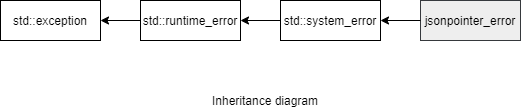
danielaparker/jsoncons keeps this draw.io diagram as doc/ref/jsonpointer/diagrams/jsonpointer_error.png. Above is the earlier version. Source tidied: cells renumbered, new cells last; positions are measured from the earlier drawing's top-left corner, leaving out a move shared by most shapes.
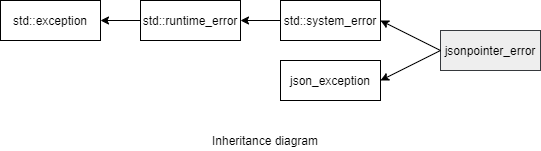
Later version of the same file.

Commit message:
Restored json_exception interface

Diff of the diagram source:
```diff
@@ -18,13 +18,21 @@
       <mxGeometry relative="1" as="geometry" />
     </mxCell>
     <mxCell id="7" value="jsonpointer_error" style="rounded=0;whiteSpace=wrap;html=1;fillColor=#eeeeee;strokeColor=#36393d;" parent="1" vertex="1">
-      <mxGeometry x="420" width="100" height="40" as="geometry" />
+      <mxGeometry x="440" y="30" width="100" height="40" as="geometry" />
     </mxCell>
     <mxCell id="8" style="endArrow=classic;html=1;exitX=0;exitY=0.5;exitDx=0;exitDy=0;entryX=1;entryY=0.5;entryDx=0;entryDy=0;" parent="1" edge="1" source="7" target="5">
       <mxGeometry relative="1" as="geometry" />
     </mxCell>
     <mxCell id="9" value="Inheritance diagram" style="text;html=1;strokeColor=none;fillColor=none;align=center;verticalAlign=middle;whiteSpace=wrap;rounded=0;" parent="1" vertex="1">
-      <mxGeometry x="200" y="90" width="130" height="20" as="geometry" />
+      <mxGeometry x="200" y="130" width="130" height="20" as="geometry" />
     </mxCell>
+    <mxCell id="10" value="json_exception" style="rounded=0;whiteSpace=wrap;html=1;" parent="1" vertex="1">
+      <mxGeometry x="280" y="60" width="100" height="40" as="geometry" />
+    </mxCell>
+    <mxCell id="11" style="endArrow=classic;html=1;entryX=1;entryY=0.5;entryDx=0;entryDy=0;" parent="1" edge="1" target="10">
+      <mxGeometry relative="1" as="geometry">
+        <mxPoint x="440" y="50" as="sourcePoint" />
+      </mxGeometry>
+    </mxCell>
   </root>
 </mxGraphModel>
```
